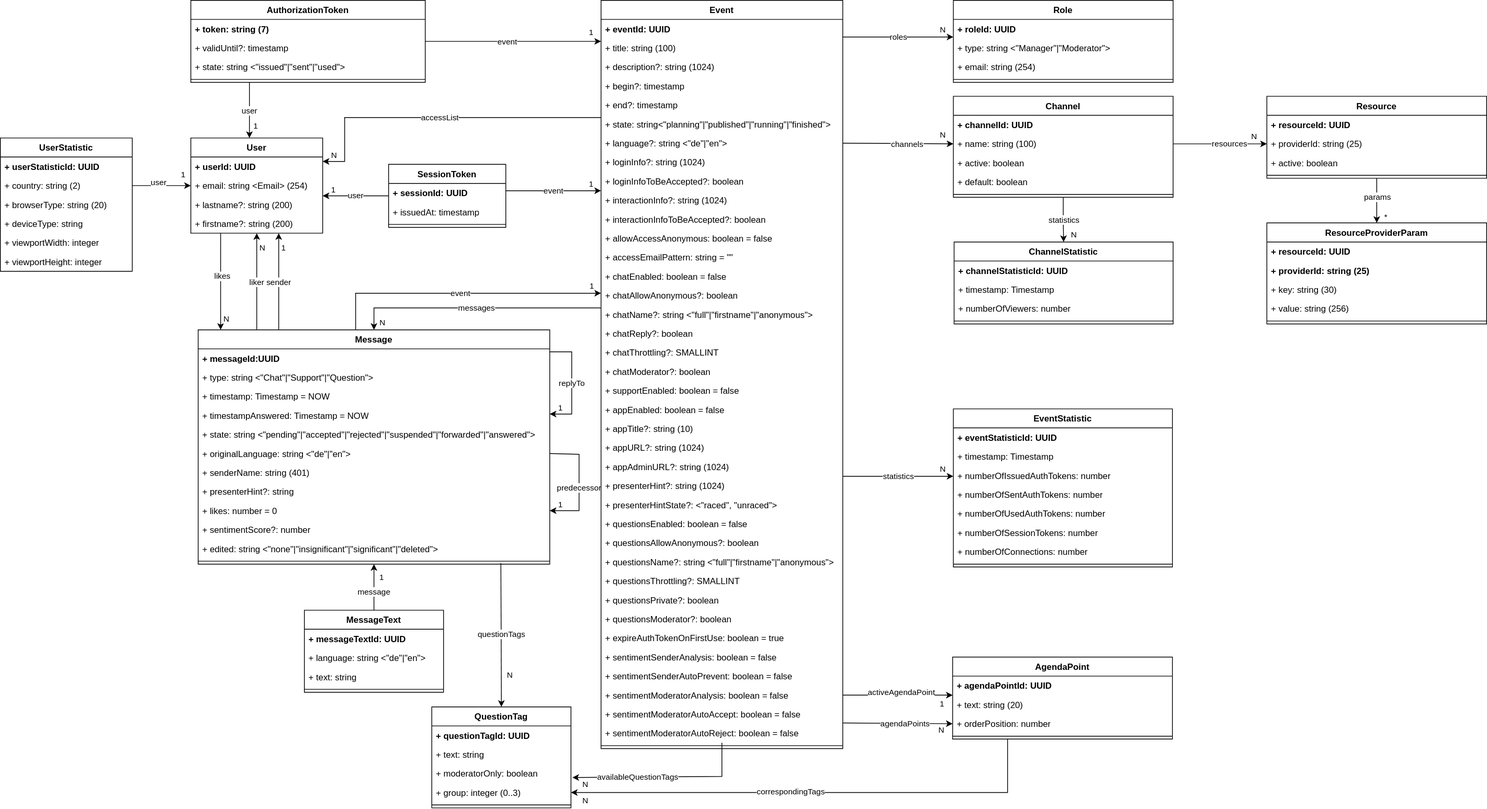
rse/broadcast keeps this draw.io diagram as doc/2-specification-datamodel.svg. Above is the earlier version. Source tidied: cells renumbered, new cells last; positions are measured from the earlier drawing's top-left corner, leaving out a move shared by most shapes.
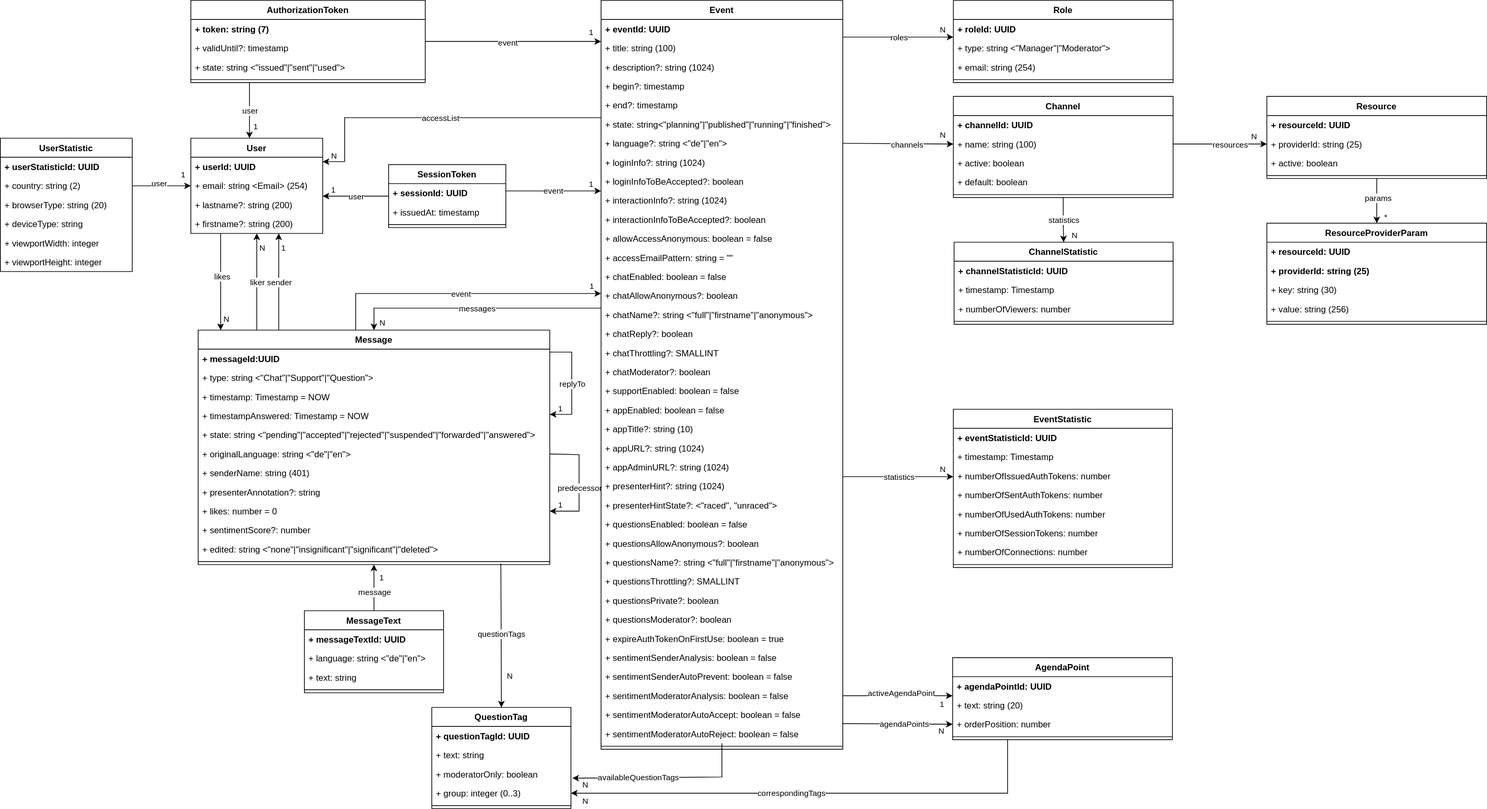
The same file after the commit.

Commit message:
flush datamodel changes

Change to the diagram source:
```diff
@@ -53,7 +53,7 @@
     <mxCell id="18" value="+ senderName: string (401)" style="text;strokeColor=none;fillColor=none;align=left;verticalAlign=top;spacingLeft=4;spacingRight=4;overflow=hidden;whiteSpace=wrap;html=1;" parent="11" vertex="1">
       <mxGeometry y="182" width="480" height="26" as="geometry" />
     </mxCell>
-    <mxCell id="19" value="+ presenterHint?: string" style="text;strokeColor=none;fillColor=none;align=left;verticalAlign=top;spacingLeft=4;spacingRight=4;overflow=hidden;whiteSpace=wrap;html=1;" parent="11" vertex="1">
+    <mxCell id="19" value="+ presenterAnnotation?: string" style="text;strokeColor=none;fillColor=none;align=left;verticalAlign=top;spacingLeft=4;spacingRight=4;overflow=hidden;whiteSpace=wrap;html=1;" parent="11" vertex="1">
       <mxGeometry y="208" width="480" height="26" as="geometry" />
     </mxCell>
     <mxCell id="20" value="+ likes: number = 0" style="text;strokeColor=none;fillColor=none;align=left;verticalAlign=top;spacingLeft=4;spacingRight=4;overflow=hidden;points=[[0,0.5],[1,0.5]];portConstraint=eastwest;whiteSpace=wrap;html=1;" parent="11" vertex="1">
```
